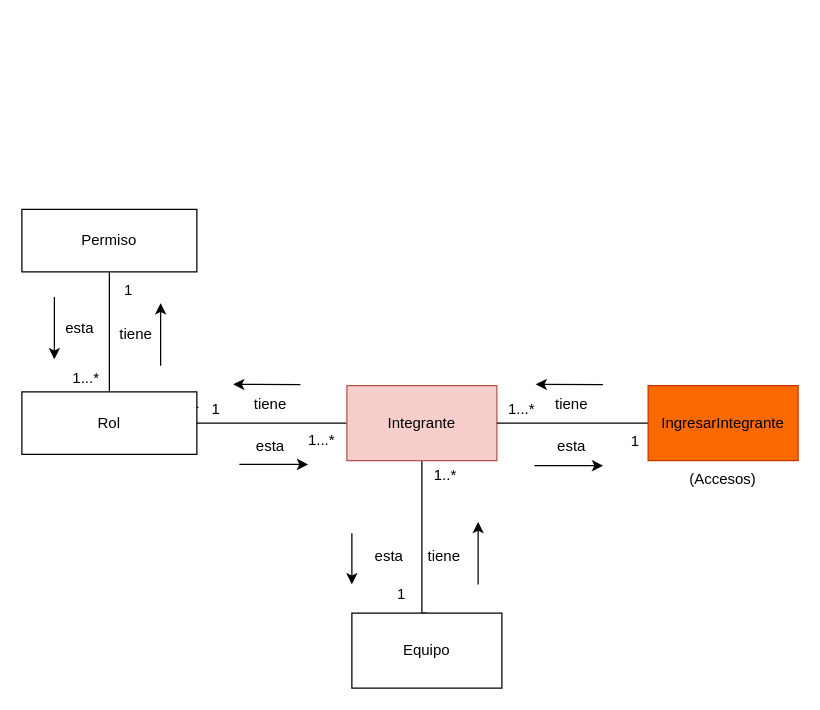
Above: page "AnemicModelTeams" (7 of 13) of CoTasker_BoundedContext.drawio in Migue1409-KP/DOO-working-group (draw.io), before the change. Source tidied: cells renumbered, new cells numbered last; positions are measured from the earlier drawing's top-left corner, leaving out a move shared by most shapes. Both pictures are drawn from the tidied source at 125%, with x=0, y=0 at pixel (21, 209).
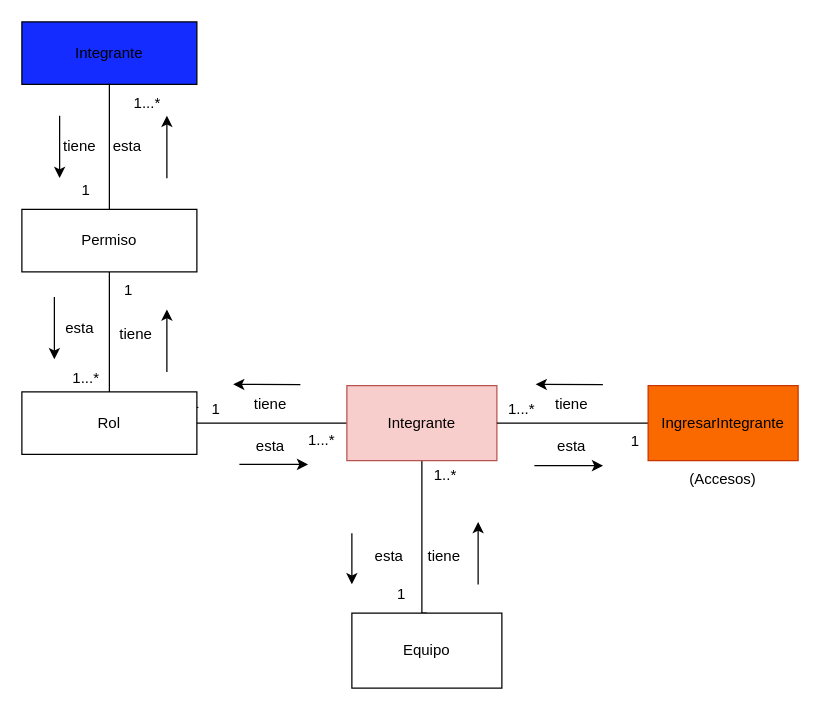
Above is the later version.

The change refers to these unchanged cells:
```xml
<mxCell id="34" value="Permiso&lt;br&gt;" style="rounded=0;whiteSpace=wrap;html=1;" parent="1" vertex="1">
  <mxGeometry width="140" height="50" as="geometry" />
</mxCell>
```

Diff of the diagram source:
```diff
@@
     <mxCell id="31" style="endArrow=classic;html=1;rounded=0;" parent="1" edge="1">
       <mxGeometry relative="1" as="geometry">
-        <mxPoint x="111" y="125" as="sourcePoint" />
-        <mxPoint x="111" y="75" as="targetPoint" />
+        <mxPoint x="116" y="-25" as="sourcePoint" />
+        <mxPoint x="116" y="-75" as="targetPoint" />
         <Array as="points">
-          <mxPoint x="111" y="105" />
+          <mxPoint x="116" y="-45" />
         </Array>
       </mxGeometry>
     </mxCell>
@@
+    <mxCell id="37" value="Integrante" style="rounded=0;whiteSpace=wrap;html=1;fillColor=#142CFF;" parent="1" vertex="1">
+      <mxGeometry y="-150" width="140" height="50" as="geometry" />
+    </mxCell>
+    <mxCell id="38" style="edgeStyle=orthogonalEdgeStyle;rounded=0;jettySize=auto;html=1;endArrow=none;endFill=0;" parent="1" edge="1" target="34">
+      <mxGeometry relative="1" as="geometry">
+        <mxPoint x="71" y="-100" as="sourcePoint" />
+        <Array as="points">
+          <mxPoint x="70" y="-100" />
+        </Array>
+      </mxGeometry>
+    </mxCell>
+    <mxCell id="39" value="tiene&lt;br&gt;" style="text;html=1;align=center;verticalAlign=middle;strokeColor=none;fillColor=none;" parent="1" vertex="1">
+      <mxGeometry x="21" y="-65" width="50" height="30" as="geometry" />
+    </mxCell>
+    <mxCell id="40" value="esta&lt;br&gt;" style="text;html=1;align=center;verticalAlign=middle;strokeColor=none;fillColor=none;" parent="1" vertex="1">
+      <mxGeometry x="59" y="-65" width="50" height="30" as="geometry" />
+    </mxCell>
+    <mxCell id="41" style="endArrow=classic;html=1;rounded=0;" parent="1" edge="1">
+      <mxGeometry relative="1" as="geometry">
+        <mxPoint x="116" y="130" as="sourcePoint" />
+        <mxPoint x="116" y="80" as="targetPoint" />
+        <Array as="points">
+          <mxPoint x="116" y="110" />
+        </Array>
+      </mxGeometry>
+    </mxCell>
+    <mxCell id="42" style="endArrow=classic;html=1;rounded=0;" parent="1" edge="1">
+      <mxGeometry relative="1" as="geometry">
+        <mxPoint x="30.2" y="-35" as="sourcePoint" />
+        <mxPoint x="30.2" y="-25" as="targetPoint" />
+        <Array as="points">
+          <mxPoint x="30.2" y="-75" />
+        </Array>
+      </mxGeometry>
+    </mxCell>
+    <mxCell id="43" value="1" style="text;html=1;align=center;verticalAlign=middle;strokeColor=none;fillColor=none;" parent="1" vertex="1">
+      <mxGeometry x="36" y="-30" width="30" height="30" as="geometry" />
+    </mxCell>
+    <mxCell id="44" value="1...*&lt;br&gt;" style="text;html=1;align=center;verticalAlign=middle;strokeColor=none;fillColor=none;" parent="1" vertex="1">
+      <mxGeometry x="80" y="-100" width="40" height="30" as="geometry" />
+    </mxCell>
```
